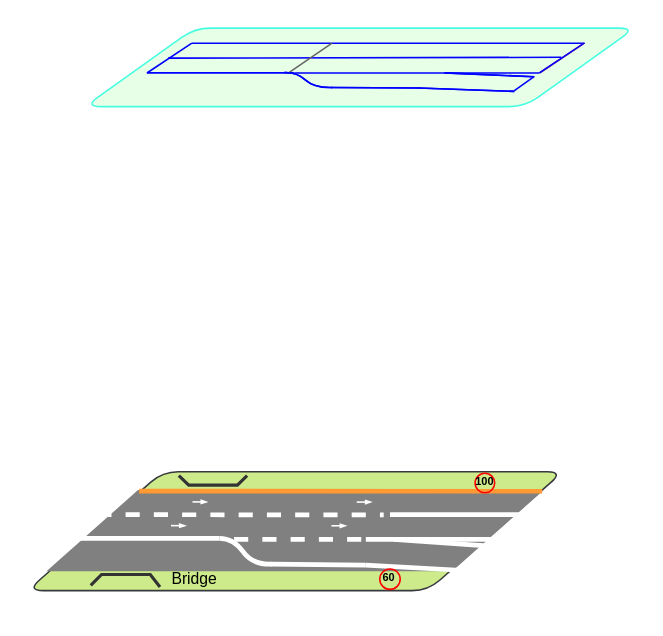
Before: page "Page-2" (2 of 5) of 2022_RSS_Friction Map/Friction_map.drawio in LimingGao/draw_io, a draw.io diagram. Source tidied: cells renumbered, new cells numbered last; positions are measured from the earlier drawing's top-left corner, leaving out a move shared by most shapes. Both pictures are drawn from the tidied source at 157%, with x=0, y=0 at pixel (27, 27).
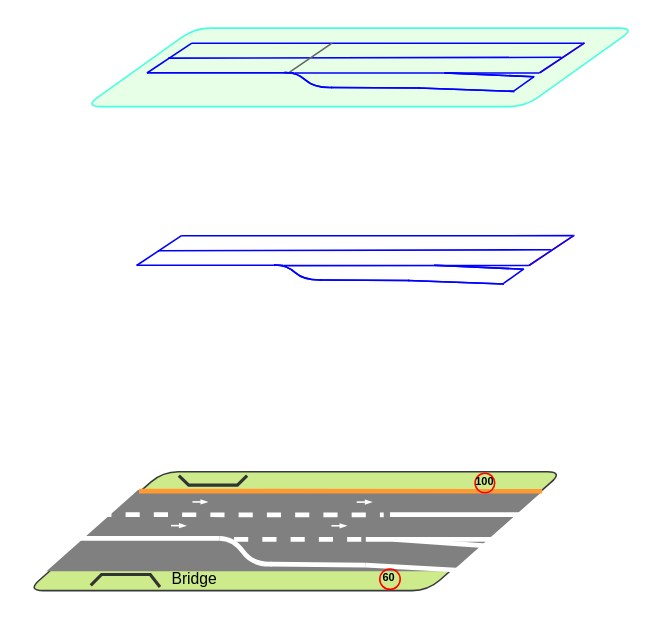
Above is the later version.

What changed in the source:
```diff
@@
+    <mxCell id="41" style="endArrow=none;strokeWidth=1;strokeColor=#0000FF;" parent="1" edge="1">
+      <mxGeometry x="250.5" y="188.9" as="geometry">
+        <mxPoint x="98" y="132.7" as="sourcePoint" />
+        <mxPoint x="348.4" y="132.6" as="targetPoint" />
+      </mxGeometry>
+    </mxCell>
+    <mxCell id="42" style="endArrow=none;strokeWidth=1;strokeColor=#0000FF;" parent="1" edge="1">
+      <mxGeometry x="250.5" y="188.9" as="geometry">
+        <mxPoint x="83" y="142.2" as="sourcePoint" />
+        <mxPoint x="333.4" y="141.6" as="targetPoint" />
+      </mxGeometry>
+    </mxCell>
+    <mxCell id="43" style="endArrow=none;strokeWidth=1;strokeColor=#0000FF;" parent="1" edge="1">
+      <mxGeometry x="250.5" y="188.9" as="geometry">
+        <mxPoint x="69.5" y="151.5" as="sourcePoint" />
+        <mxPoint x="163" y="151.5" as="targetPoint" />
+      </mxGeometry>
+    </mxCell>
+    <mxCell id="44" style="endArrow=none;strokeWidth=1;strokeColor=#0000FF;" parent="1" edge="1">
+      <mxGeometry x="250.5" y="188.9" as="geometry">
+        <mxPoint x="163.3" y="151.7" as="sourcePoint" />
+        <mxPoint x="319.4" y="151.6" as="targetPoint" />
+      </mxGeometry>
+    </mxCell>
+    <mxCell id="45" style="endArrow=none;exitX=0.14;exitY=0.207;exitDx=0;exitDy=0;exitPerimeter=0;strokeWidth=1;strokeColor=#0000FF;" parent="1" edge="1">
+      <mxGeometry x="250.5" y="188.9" as="geometry">
+        <mxPoint x="186.7" y="160.9" as="sourcePoint" />
+        <mxPoint x="243.2" y="161.2" as="targetPoint" />
+      </mxGeometry>
+    </mxCell>
+    <mxCell id="46" style="endArrow=none;strokeColor=#0000FF;strokeWidth=1;curved=1;" parent="1" edge="1">
+      <mxGeometry x="250.5" y="188.9" as="geometry">
+        <mxPoint x="157" y="151.3" as="sourcePoint" />
+        <mxPoint x="187.5" y="160.8" as="targetPoint" />
+        <Array as="points">
+          <mxPoint x="164.9" y="151.1" />
+          <mxPoint x="176.2" y="161.2" />
+        </Array>
+      </mxGeometry>
+    </mxCell>
+    <mxCell id="47" style="endArrow=none;strokeWidth=1;strokeColor=#0000FF;entryX=0.895;entryY=0.691;entryDx=0;entryDy=0;entryPerimeter=0;" parent="1" edge="1">
+      <mxGeometry x="250.5" y="188.9" as="geometry">
+        <mxPoint x="259" y="151.5" as="sourcePoint" />
+        <mxPoint x="316" y="154" as="targetPoint" />
+      </mxGeometry>
+    </mxCell>
+    <mxCell id="48" style="endArrow=none;strokeWidth=1;strokeColor=#0000FF;entryX=0.85;entryY=0.993;entryDx=0;entryDy=0;entryPerimeter=0;" parent="1" edge="1">
+      <mxGeometry x="250.5" y="188.9" as="geometry">
+        <mxPoint x="242.4" y="161.2" as="sourcePoint" />
+        <mxPoint x="303.5" y="163.4" as="targetPoint" />
+      </mxGeometry>
+    </mxCell>
+    <mxCell id="49" style="endArrow=none;strokeWidth=1;strokeColor=#0000FF;" parent="1" edge="1">
+      <mxGeometry x="250.5" y="188.9" as="geometry">
+        <mxPoint x="69.5" y="151.6" as="sourcePoint" />
+        <mxPoint x="98.1" y="132.6" as="targetPoint" />
+      </mxGeometry>
+    </mxCell>
+    <mxCell id="50" style="endArrow=none;strokeWidth=1;fontFamily=Times New Roman;fontSize=10;fontColor=#000000;strokeColor=#FF3333;" parent="1" edge="1">
+      <mxGeometry x="250.5" y="188.9" as="geometry">
+        <mxPoint x="319.9" y="151.3" as="sourcePoint" />
+        <mxPoint x="347.9" y="132.6" as="targetPoint" />
+      </mxGeometry>
+    </mxCell>
+    <mxCell id="51" style="endArrow=none;strokeWidth=1;strokeColor=#0000FF;" parent="1" edge="1">
+      <mxGeometry x="506.6" y="245.1" as="geometry">
+        <mxPoint x="303.2" y="163" as="sourcePoint" />
+        <mxPoint x="316.2" y="153.8" as="targetPoint" />
+      </mxGeometry>
+    </mxCell>
+    <mxCell id="52" style="endArrow=none;exitX=0.14;exitY=0.207;exitDx=0;exitDy=0;exitPerimeter=0;strokeWidth=1;strokeColor=#0000FF;" parent="1" edge="1">
+      <mxGeometry x="505.6" y="245.1" as="geometry">
+        <mxPoint x="186.7" y="160.9" as="sourcePoint" />
+        <mxPoint x="243.2" y="161.2" as="targetPoint" />
+      </mxGeometry>
+    </mxCell>
+    <mxCell id="53" style="endArrow=none;strokeColor=#0000FF;strokeWidth=1;curved=1;" parent="1" edge="1">
+      <mxGeometry x="505.6" y="245.1" as="geometry">
+        <mxPoint x="157" y="151.3" as="sourcePoint" />
+        <mxPoint x="187.5" y="160.8" as="targetPoint" />
+        <Array as="points">
+          <mxPoint x="164.9" y="151.1" />
+          <mxPoint x="176.2" y="161.2" />
+        </Array>
+      </mxGeometry>
+    </mxCell>
+    <mxCell id="54" style="endArrow=none;strokeWidth=1;strokeColor=#0000FF;entryX=0.895;entryY=0.691;entryDx=0;entryDy=0;entryPerimeter=0;" parent="1" edge="1">
+      <mxGeometry x="505.6" y="245.1" as="geometry">
+        <mxPoint x="259" y="151.5" as="sourcePoint" />
+        <mxPoint x="316" y="154" as="targetPoint" />
+      </mxGeometry>
+    </mxCell>
+    <mxCell id="55" style="endArrow=none;strokeWidth=1;strokeColor=#0000FF;entryX=0.85;entryY=0.993;entryDx=0;entryDy=0;entryPerimeter=0;" parent="1" edge="1">
+      <mxGeometry x="505.6" y="245.1" as="geometry">
+        <mxPoint x="242.4" y="161.2" as="sourcePoint" />
+        <mxPoint x="303.5" y="163.4" as="targetPoint" />
+      </mxGeometry>
+    </mxCell>
+    <mxCell id="56" style="endArrow=none;strokeWidth=1;fontFamily=Times New Roman;fontSize=10;fontColor=#000000;strokeColor=#0000FF;" parent="1" edge="1">
+      <mxGeometry x="505.6" y="245.1" as="geometry">
+        <mxPoint x="319.4" y="151.6" as="sourcePoint" />
+        <mxPoint x="347.9" y="132.6" as="targetPoint" />
+      </mxGeometry>
+    </mxCell>
```
